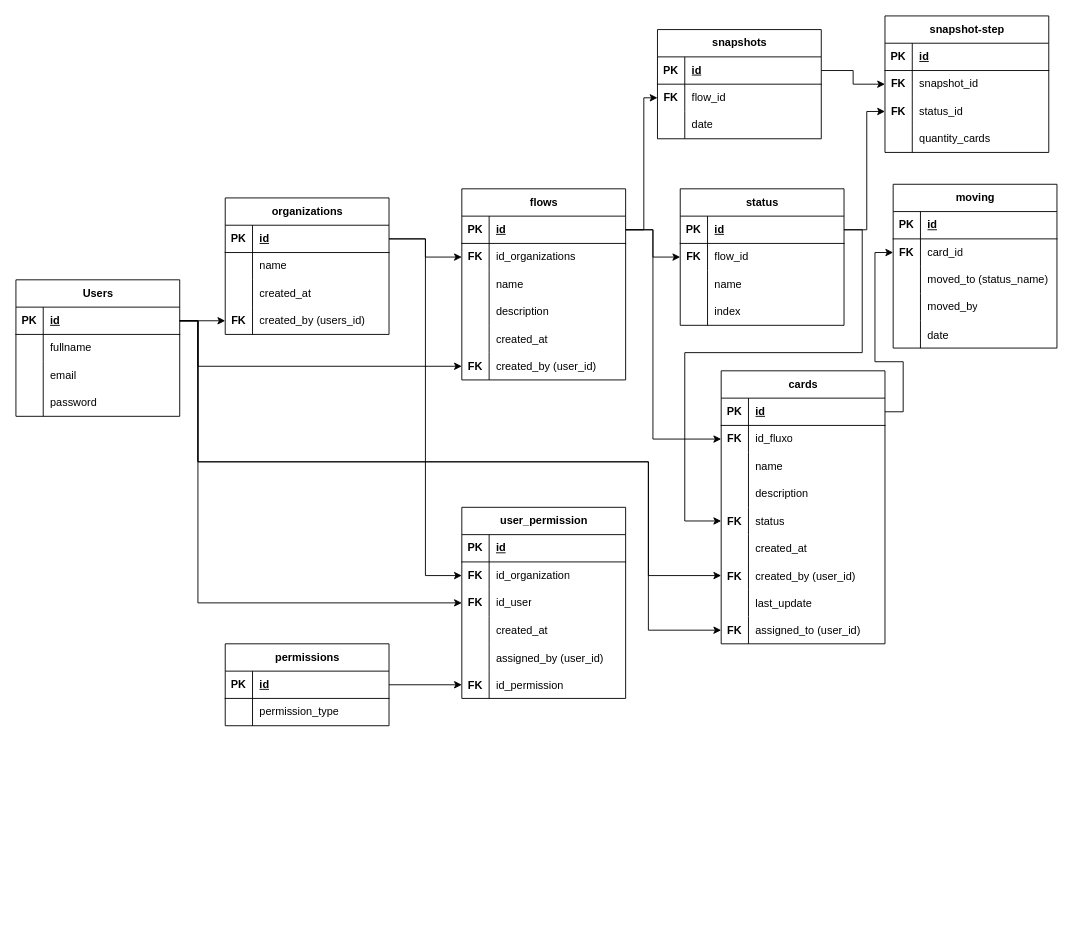
The draw.io diagram tabelas.drawio in andrechamelete/flow-management, before the edit. Source tidied: cells renumbered, new cells numbered last; positions are measured from the earlier drawing's top-left corner, leaving out a move shared by most shapes. Both pictures are drawn from the tidied source at 91%, with x=0, y=0 at pixel (15, 15).
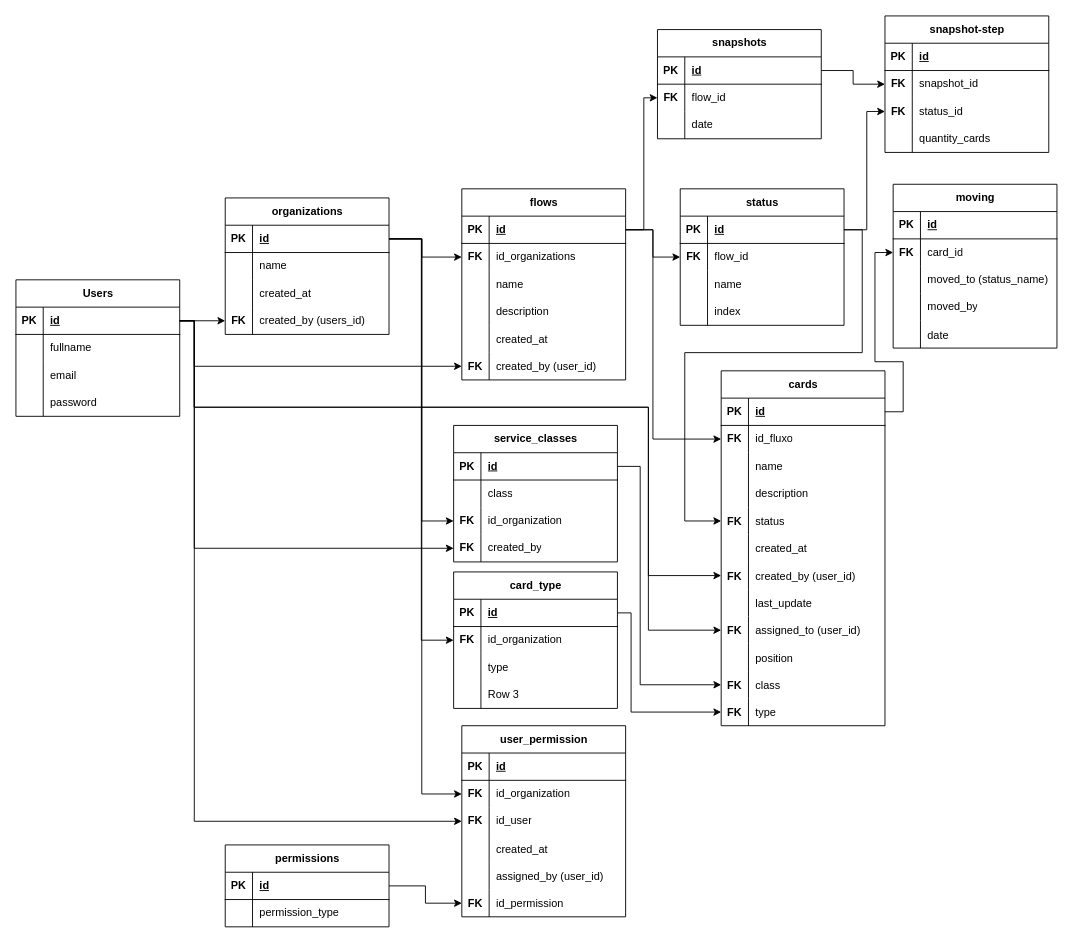
The same page after the edit.

Unchanged cells that the change refers to:
```xml
<mxCell id="3" style="shape=tableRow;horizontal=0;startSize=0;swimlaneHead=0;swimlaneBody=0;fillColor=none;points=[[0,0.5],[1,0.5]];portConstraint=eastwest;top=0;left=0;right=0;bottom=1;" parent="2" vertex="1">
  <mxGeometry y="30" width="180" height="30" as="geometry" />
</mxCell>
<mxCell id="16" style="shape=tableRow;horizontal=0;startSize=0;swimlaneHead=0;swimlaneBody=0;fillColor=none;points=[[0,0.5],[1,0.5]];portConstraint=eastwest;top=0;left=0;right=0;bottom=1;" parent="15" vertex="1">
  <mxGeometry y="30" width="180" height="30" as="geometry" />
</mxCell>
<mxCell id="32" style="shape=tableRow;horizontal=0;startSize=0;swimlaneHead=0;swimlaneBody=0;fillColor=none;points=[[0,0.5],[1,0.5]];portConstraint=eastwest;top=0;left=0;right=0;bottom=0;" parent="28" vertex="1">
  <mxGeometry y="60" width="180" height="30" as="geometry" />
</mxCell>
<mxCell id="44" style="shape=tableRow;horizontal=0;startSize=0;swimlaneHead=0;swimlaneBody=0;fillColor=none;points=[[0,0.5],[1,0.5]];portConstraint=eastwest;top=0;left=0;right=0;bottom=0;" parent="28" vertex="1">
  <mxGeometry y="180" width="180" height="30" as="geometry" />
</mxCell>
<mxCell id="75" style="shape=tableRow;horizontal=0;startSize=0;swimlaneHead=0;swimlaneBody=0;fillColor=none;points=[[0,0.5],[1,0.5]];portConstraint=eastwest;top=0;left=0;right=0;bottom=0;" parent="56" vertex="1">
  <mxGeometry y="210" width="180" height="30" as="geometry" />
</mxCell>
<mxCell id="81" style="shape=tableRow;horizontal=0;startSize=0;swimlaneHead=0;swimlaneBody=0;fillColor=none;points=[[0,0.5],[1,0.5]];portConstraint=eastwest;top=0;left=0;right=0;bottom=0;" parent="56" vertex="1">
  <mxGeometry y="270" width="180" height="30" as="geometry" />
</mxCell>
<mxCell id="131" style="shape=tableRow;horizontal=0;startSize=0;swimlaneHead=0;swimlaneBody=0;fillColor=none;points=[[0,0.5],[1,0.5]];portConstraint=eastwest;top=0;left=0;right=0;bottom=0;" parent="127" vertex="1">
  <mxGeometry y="60" width="180" height="30" as="geometry" />
</mxCell>
<mxCell id="134" style="shape=tableRow;horizontal=0;startSize=0;swimlaneHead=0;swimlaneBody=0;fillColor=none;points=[[0,0.5],[1,0.5]];portConstraint=eastwest;top=0;left=0;right=0;bottom=0;" parent="127" vertex="1">
  <mxGeometry y="90" width="180" height="30" as="geometry" />
</mxCell>
```

The edit, as a diff of the source:
```diff
@@
     <mxCell id="49" value="permissions" style="shape=table;startSize=30;childLayout=tableLayout;rowLines=0;fontStyle=1;align=center;html=1;" parent="1" vertex="1">
-      <mxGeometry x="230" y="690" width="180" height="90" as="geometry" />
+      <mxGeometry x="230" y="911" width="180" height="90" as="geometry" />
     </mxCell>
@@
     <mxCell id="56" value="cards" style="shape=table;startSize=30;childLayout=tableLayout;rowLines=0;fontStyle=1;align=center;html=1;" parent="1" vertex="1">
-      <mxGeometry x="775" y="390" width="180" height="300" as="geometry" />
+      <mxGeometry x="775" y="390" width="180" height="390" as="geometry" />
     </mxCell>
@@
+    <mxCell id="170" style="shape=tableRow;horizontal=0;startSize=0;swimlaneHead=0;swimlaneBody=0;fillColor=none;top=0;left=0;right=0;bottom=0;" parent="56" vertex="1">
+      <mxGeometry y="300" width="180" height="30" as="geometry" />
+    </mxCell>
+    <mxCell id="171" style="shape=partialRectangle;fillColor=none;top=0;left=0;bottom=0;right=0;overflow=hidden;" parent="170" vertex="1">
+      <mxGeometry width="30" height="30" as="geometry" />
+    </mxCell>
+    <mxCell id="172" value="position" style="shape=partialRectangle;fillColor=none;top=0;left=0;bottom=0;right=0;align=left;spacingLeft=6;overflow=hidden;" parent="170" vertex="1">
+      <mxGeometry x="30" width="150" height="30" as="geometry" />
+    </mxCell>
+    <mxCell id="173" style="shape=tableRow;horizontal=0;startSize=0;swimlaneHead=0;swimlaneBody=0;fillColor=none;points=[[0,0.5],[1,0.5]];portConstraint=eastwest;top=0;left=0;right=0;bottom=0;" parent="56" vertex="1">
+      <mxGeometry y="330" width="180" height="30" as="geometry" />
+    </mxCell>
+    <mxCell id="174" value="FK" style="shape=partialRectangle;fillColor=none;top=0;left=0;bottom=0;right=0;overflow=hidden;fontStyle=1;" parent="173" vertex="1">
+      <mxGeometry width="30" height="30" as="geometry" />
+    </mxCell>
+    <mxCell id="175" value="class" style="shape=partialRectangle;fillColor=none;top=0;left=0;bottom=0;right=0;align=left;spacingLeft=6;overflow=hidden;" parent="173" vertex="1">
+      <mxGeometry x="30" width="150" height="30" as="geometry" />
+    </mxCell>
+    <mxCell id="176" style="shape=tableRow;horizontal=0;startSize=0;swimlaneHead=0;swimlaneBody=0;fillColor=none;points=[[0,0.5],[1,0.5]];portConstraint=eastwest;top=0;left=0;right=0;bottom=0;" parent="56" vertex="1">
+      <mxGeometry y="360" width="180" height="30" as="geometry" />
+    </mxCell>
+    <mxCell id="177" value="FK" style="shape=partialRectangle;fillColor=none;top=0;left=0;bottom=0;right=0;overflow=hidden;fontStyle=1;" parent="176" vertex="1">
+      <mxGeometry width="30" height="30" as="geometry" />
+    </mxCell>
+    <mxCell id="178" value="type" style="shape=partialRectangle;fillColor=none;top=0;left=0;bottom=0;right=0;align=left;spacingLeft=6;overflow=hidden;" parent="176" vertex="1">
+      <mxGeometry x="30" width="150" height="30" as="geometry" />
+    </mxCell>
@@
     <mxCell id="123" style="edgeStyle=orthogonalEdgeStyle;rounded=0;jettySize=auto;html=1;exitX=1;exitY=0.5;exitDx=0;exitDy=0;entryX=0;entryY=0.5;entryDx=0;entryDy=0;" parent="1" edge="1" source="16" target="32">
-      <mxGeometry relative="1" as="geometry" />
+      <mxGeometry relative="1" as="geometry">
+        <Array as="points">
+          <mxPoint x="446" y="245" />
+          <mxPoint x="446" y="265" />
+        </Array>
+      </mxGeometry>
     </mxCell>
@@
     <mxCell id="125" style="edgeStyle=orthogonalEdgeStyle;rounded=0;jettySize=auto;html=1;exitX=1;exitY=0.5;exitDx=0;exitDy=0;entryX=0;entryY=0.5;entryDx=0;entryDy=0;" parent="1" edge="1" source="3" target="44">
       <mxGeometry relative="1" as="geometry">
         <Array as="points">
-          <mxPoint x="200" y="335" />
-          <mxPoint x="200" y="385" />
+          <mxPoint x="196" y="335" />
+          <mxPoint x="196" y="385" />
         </Array>
       </mxGeometry>
     </mxCell>
@@
     <mxCell id="127" value="user_permission" style="shape=table;startSize=30;childLayout=tableLayout;rowLines=0;fontStyle=1;align=center;html=1;" parent="1" vertex="1">
-      <mxGeometry x="490" y="540" width="180" height="210" as="geometry" />
+      <mxGeometry x="490" y="780" width="180" height="210" as="geometry" />
     </mxCell>
@@
     <mxCell id="147" style="edgeStyle=orthogonalEdgeStyle;rounded=0;jettySize=auto;html=1;exitX=1;exitY=0.5;exitDx=0;exitDy=0;entryX=0;entryY=0.5;entryDx=0;entryDy=0;" parent="1" edge="1" source="3" target="75">
       <mxGeometry relative="1" as="geometry">
         <Array as="points">
-          <mxPoint x="200" y="335" />
-          <mxPoint x="200" y="490" />
-          <mxPoint x="695" y="490" />
+          <mxPoint x="196" y="335" />
+          <mxPoint x="196" y="430" />
+          <mxPoint x="695" y="430" />
           <mxPoint x="695" y="615" />
         </Array>
       </mxGeometry>
     </mxCell>
@@
-    <mxCell id="149" style="edgeStyle=orthogonalEdgeStyle;rounded=0;jettySize=auto;html=1;exitX=1;exitY=0.5;exitDx=0;exitDy=0;entryX=0;entryY=0.5;entryDx=0;entryDy=0;" parent="1" edge="1" source="3" target="134">
-      <mxGeometry relative="1" as="geometry">
-        <Array as="points">
-          <mxPoint x="200" y="335" />
-          <mxPoint x="200" y="645" />
-        </Array>
-      </mxGeometry>
-    </mxCell>
     <mxCell id="150" style="edgeStyle=orthogonalEdgeStyle;rounded=0;jettySize=auto;html=1;exitX=1;exitY=0.5;exitDx=0;exitDy=0;entryX=0;entryY=0.5;entryDx=0;entryDy=0;" parent="1" edge="1" source="16" target="131">
-      <mxGeometry relative="1" as="geometry" />
+      <mxGeometry relative="1" as="geometry">
+        <Array as="points">
+          <mxPoint x="446" y="245" />
+          <mxPoint x="446" y="855" />
+        </Array>
+      </mxGeometry>
     </mxCell>
@@
     <mxCell id="165" style="edgeStyle=orthogonalEdgeStyle;rounded=0;jettySize=auto;html=1;exitX=1;exitY=0.5;exitDx=0;exitDy=0;entryX=0;entryY=0.5;entryDx=0;entryDy=0;" parent="1" edge="1" source="3" target="81">
       <mxGeometry relative="1" as="geometry">
         <Array as="points">
-          <mxPoint x="200" y="335" />
-          <mxPoint x="200" y="490" />
-          <mxPoint x="695" y="490" />
+          <mxPoint x="196" y="335" />
+          <mxPoint x="196" y="430" />
+          <mxPoint x="695" y="430" />
           <mxPoint x="695" y="675" />
         </Array>
       </mxGeometry>
     </mxCell>
@@
+    <mxCell id="179" value="service_classes" style="shape=table;startSize=30;childLayout=tableLayout;rowLines=0;fontStyle=1;align=center;html=1;" parent="1" vertex="1">
+      <mxGeometry x="481" y="450" width="180" height="150" as="geometry" />
+    </mxCell>
+    <mxCell id="180" style="shape=tableRow;horizontal=0;startSize=0;swimlaneHead=0;swimlaneBody=0;fillColor=none;points=[[0,0.5],[1,0.5]];portConstraint=eastwest;top=0;left=0;right=0;bottom=1;" parent="179" vertex="1">
+      <mxGeometry y="30" width="180" height="30" as="geometry" />
+    </mxCell>
+    <mxCell id="181" value="PK" style="shape=partialRectangle;fillColor=none;top=0;left=0;bottom=0;right=0;fontStyle=1;overflow=hidden;whiteSpace=wrap;html=1;" parent="180" vertex="1">
+      <mxGeometry width="30" height="30" as="geometry" />
+    </mxCell>
+    <mxCell id="182" value="id" style="shape=partialRectangle;fillColor=none;top=0;left=0;bottom=0;right=0;align=left;spacingLeft=6;fontStyle=5;overflow=hidden;whiteSpace=wrap;html=1;" parent="180" vertex="1">
+      <mxGeometry x="30" width="150" height="30" as="geometry" />
+    </mxCell>
+    <mxCell id="183" style="shape=tableRow;horizontal=0;startSize=0;swimlaneHead=0;swimlaneBody=0;fillColor=none;top=0;left=0;right=0;bottom=0;" parent="179" vertex="1">
+      <mxGeometry y="60" width="180" height="30" as="geometry" />
+    </mxCell>
+    <mxCell id="184" style="shape=partialRectangle;fillColor=none;top=0;left=0;bottom=0;right=0;overflow=hidden;whiteSpace=wrap;html=1;" parent="183" vertex="1">
+      <mxGeometry width="30" height="30" as="geometry" />
+    </mxCell>
+    <mxCell id="185" value="class" style="shape=partialRectangle;fillColor=none;top=0;left=0;bottom=0;right=0;align=left;spacingLeft=6;overflow=hidden;whiteSpace=wrap;html=1;" parent="183" vertex="1">
+      <mxGeometry x="30" width="150" height="30" as="geometry" />
+    </mxCell>
+    <mxCell id="186" style="shape=tableRow;horizontal=0;startSize=0;swimlaneHead=0;swimlaneBody=0;fillColor=none;points=[[0,0.5],[1,0.5]];portConstraint=eastwest;top=0;left=0;right=0;bottom=0;" parent="179" vertex="1">
+      <mxGeometry y="90" width="180" height="30" as="geometry" />
+    </mxCell>
+    <mxCell id="187" value="&lt;b&gt;FK&lt;/b&gt;" style="shape=partialRectangle;fillColor=none;top=0;left=0;bottom=0;right=0;overflow=hidden;whiteSpace=wrap;html=1;" parent="186" vertex="1">
+      <mxGeometry width="30" height="30" as="geometry" />
+    </mxCell>
+    <mxCell id="188" value="id_organization" style="shape=partialRectangle;fillColor=none;top=0;left=0;bottom=0;right=0;align=left;spacingLeft=6;overflow=hidden;whiteSpace=wrap;html=1;" parent="186" vertex="1">
+      <mxGeometry x="30" width="150" height="30" as="geometry" />
+    </mxCell>
+    <mxCell id="189" style="shape=tableRow;horizontal=0;startSize=0;swimlaneHead=0;swimlaneBody=0;fillColor=none;points=[[0,0.5],[1,0.5]];portConstraint=eastwest;top=0;left=0;right=0;bottom=0;" parent="179" vertex="1">
+      <mxGeometry y="120" width="180" height="30" as="geometry" />
+    </mxCell>
+    <mxCell id="190" value="&lt;b&gt;FK&lt;/b&gt;" style="shape=partialRectangle;fillColor=none;top=0;left=0;bottom=0;right=0;overflow=hidden;whiteSpace=wrap;html=1;" parent="189" vertex="1">
+      <mxGeometry width="30" height="30" as="geometry" />
+    </mxCell>
+    <mxCell id="191" value="created_by" style="shape=partialRectangle;fillColor=none;top=0;left=0;bottom=0;right=0;align=left;spacingLeft=6;overflow=hidden;whiteSpace=wrap;html=1;" parent="189" vertex="1">
+      <mxGeometry x="30" width="150" height="30" as="geometry" />
+    </mxCell>
+    <mxCell id="192" value="card_type" style="shape=table;startSize=30;childLayout=tableLayout;rowLines=0;fontStyle=1;align=center;html=1;" parent="1" vertex="1">
+      <mxGeometry x="481" y="611" width="180" height="150" as="geometry" />
+    </mxCell>
+    <mxCell id="193" style="shape=tableRow;horizontal=0;startSize=0;swimlaneHead=0;swimlaneBody=0;fillColor=none;points=[[0,0.5],[1,0.5]];portConstraint=eastwest;top=0;left=0;right=0;bottom=1;" parent="192" vertex="1">
+      <mxGeometry y="30" width="180" height="30" as="geometry" />
+    </mxCell>
+    <mxCell id="194" value="PK" style="shape=partialRectangle;fillColor=none;top=0;left=0;bottom=0;right=0;fontStyle=1;overflow=hidden;whiteSpace=wrap;html=1;" parent="193" vertex="1">
+      <mxGeometry width="30" height="30" as="geometry" />
+    </mxCell>
+    <mxCell id="195" value="id" style="shape=partialRectangle;fillColor=none;top=0;left=0;bottom=0;right=0;align=left;spacingLeft=6;fontStyle=5;overflow=hidden;whiteSpace=wrap;html=1;" parent="193" vertex="1">
+      <mxGeometry x="30" width="150" height="30" as="geometry" />
+    </mxCell>
+    <mxCell id="196" style="shape=tableRow;horizontal=0;startSize=0;swimlaneHead=0;swimlaneBody=0;fillColor=none;points=[[0,0.5],[1,0.5]];portConstraint=eastwest;top=0;left=0;right=0;bottom=0;" parent="192" vertex="1">
+      <mxGeometry y="60" width="180" height="30" as="geometry" />
+    </mxCell>
+    <mxCell id="197" value="&lt;b&gt;FK&lt;/b&gt;" style="shape=partialRectangle;fillColor=none;top=0;left=0;bottom=0;right=0;overflow=hidden;whiteSpace=wrap;html=1;" parent="196" vertex="1">
+      <mxGeometry width="30" height="30" as="geometry" />
+    </mxCell>
+    <mxCell id="198" value="id_organization" style="shape=partialRectangle;fillColor=none;top=0;left=0;bottom=0;right=0;align=left;spacingLeft=6;overflow=hidden;whiteSpace=wrap;html=1;" parent="196" vertex="1">
+      <mxGeometry x="30" width="150" height="30" as="geometry" />
+    </mxCell>
+    <mxCell id="199" style="shape=tableRow;horizontal=0;startSize=0;swimlaneHead=0;swimlaneBody=0;fillColor=none;top=0;left=0;right=0;bottom=0;" parent="192" vertex="1">
+      <mxGeometry y="90" width="180" height="30" as="geometry" />
+    </mxCell>
+    <mxCell id="200" style="shape=partialRectangle;fillColor=none;top=0;left=0;bottom=0;right=0;overflow=hidden;whiteSpace=wrap;html=1;" parent="199" vertex="1">
+      <mxGeometry width="30" height="30" as="geometry" />
+    </mxCell>
+    <mxCell id="201" value="type" style="shape=partialRectangle;fillColor=none;top=0;left=0;bottom=0;right=0;align=left;spacingLeft=6;overflow=hidden;whiteSpace=wrap;html=1;" parent="199" vertex="1">
+      <mxGeometry x="30" width="150" height="30" as="geometry" />
+    </mxCell>
+    <mxCell id="202" style="shape=tableRow;horizontal=0;startSize=0;swimlaneHead=0;swimlaneBody=0;fillColor=none;top=0;left=0;right=0;bottom=0;" parent="192" vertex="1">
+      <mxGeometry y="120" width="180" height="30" as="geometry" />
+    </mxCell>
+    <mxCell id="203" style="shape=partialRectangle;fillColor=none;top=0;left=0;bottom=0;right=0;overflow=hidden;whiteSpace=wrap;html=1;" parent="202" vertex="1">
+      <mxGeometry width="30" height="30" as="geometry" />
+    </mxCell>
+    <mxCell id="204" value="Row 3" style="shape=partialRectangle;fillColor=none;top=0;left=0;bottom=0;right=0;align=left;spacingLeft=6;overflow=hidden;whiteSpace=wrap;html=1;" parent="202" vertex="1">
+      <mxGeometry x="30" width="150" height="30" as="geometry" />
+    </mxCell>
+    <mxCell id="149" style="edgeStyle=orthogonalEdgeStyle;rounded=0;jettySize=auto;html=1;exitX=1;exitY=0.5;exitDx=0;exitDy=0;entryX=0;entryY=0.5;entryDx=0;entryDy=0;" parent="1" edge="1" source="3" target="134">
+      <mxGeometry relative="1" as="geometry">
+        <Array as="points">
+          <mxPoint x="196" y="335" />
+          <mxPoint x="196" y="885" />
+        </Array>
+      </mxGeometry>
+    </mxCell>
+    <mxCell id="205" style="edgeStyle=orthogonalEdgeStyle;rounded=0;jettySize=auto;html=1;exitX=1;exitY=0.5;exitDx=0;exitDy=0;entryX=0;entryY=0.5;entryDx=0;entryDy=0;" parent="1" edge="1" source="3" target="189">
+      <mxGeometry relative="1" as="geometry">
+        <Array as="points">
+          <mxPoint x="196" y="335" />
+          <mxPoint x="196" y="585" />
+        </Array>
+      </mxGeometry>
+    </mxCell>
+    <mxCell id="206" style="edgeStyle=orthogonalEdgeStyle;rounded=0;jettySize=auto;html=1;exitX=1;exitY=0.5;exitDx=0;exitDy=0;entryX=0;entryY=0.5;entryDx=0;entryDy=0;" parent="1" edge="1" source="16" target="186">
+      <mxGeometry relative="1" as="geometry">
+        <Array as="points">
+          <mxPoint x="446" y="245" />
+          <mxPoint x="446" y="555" />
+        </Array>
+      </mxGeometry>
+    </mxCell>
+    <mxCell id="207" style="edgeStyle=orthogonalEdgeStyle;rounded=0;jettySize=auto;html=1;exitX=1;exitY=0.5;exitDx=0;exitDy=0;entryX=0;entryY=0.5;entryDx=0;entryDy=0;" parent="1" edge="1" source="16" target="196">
+      <mxGeometry relative="1" as="geometry" />
+    </mxCell>
+    <mxCell id="208" style="edgeStyle=orthogonalEdgeStyle;rounded=0;jettySize=auto;html=1;exitX=1;exitY=0.5;exitDx=0;exitDy=0;" parent="1" edge="1" source="193" target="176">
+      <mxGeometry relative="1" as="geometry">
+        <Array as="points">
+          <mxPoint x="676" y="656" />
+          <mxPoint x="676" y="765" />
+        </Array>
+      </mxGeometry>
+    </mxCell>
+    <mxCell id="209" style="edgeStyle=orthogonalEdgeStyle;rounded=0;jettySize=auto;html=1;exitX=1;exitY=0.5;exitDx=0;exitDy=0;entryX=0;entryY=0.5;entryDx=0;entryDy=0;" parent="1" edge="1" source="180" target="173">
+      <mxGeometry relative="1" as="geometry">
+        <Array as="points">
+          <mxPoint x="686" y="495" />
+          <mxPoint x="686" y="735" />
+        </Array>
+      </mxGeometry>
+    </mxCell>
```
